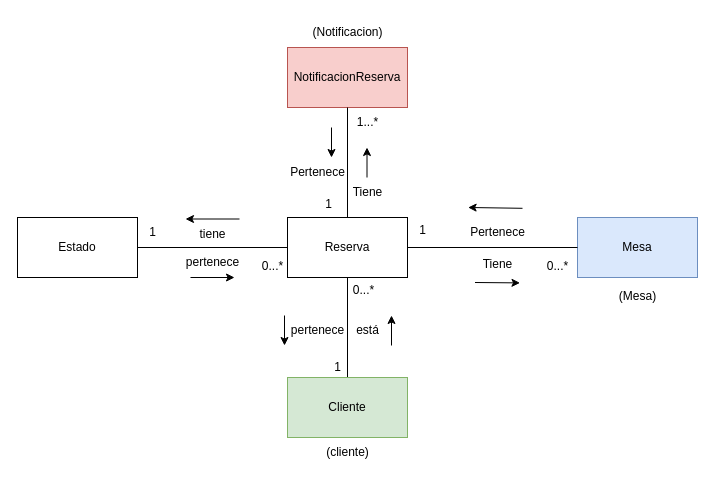
The draw.io diagram page "Reservas" (3 of 12) of Restaurante_Disenio.drawio in andrescardo98/doo, before the edit. Source tidied: cells renumbered, new cells numbered last; positions are measured from the earlier drawing's top-left corner, leaving out a move shared by most shapes. Both pictures are drawn from the tidied source at 100%, with x=0, y=0 at pixel (17, 17).
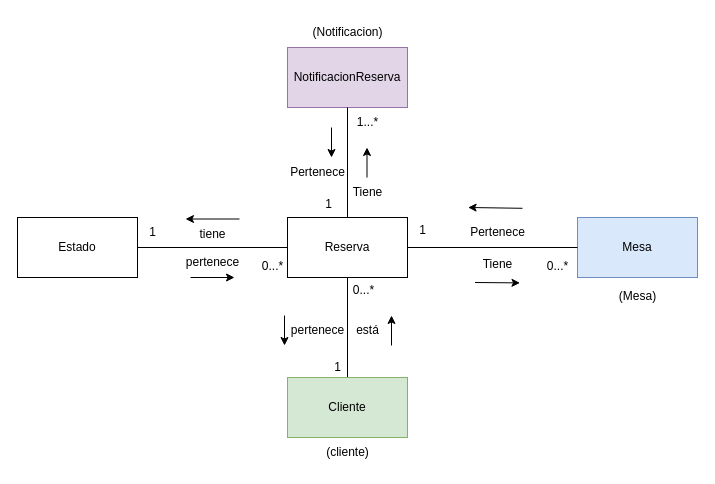
Above is the later version.

The edit, as a diff of the source:
```diff
@@
-    <mxCell id="5" value="NotificacionReserva" style="rounded=0;whiteSpace=wrap;html=1;fillColor=#f8cecc;strokeColor=#b85450;" parent="1" vertex="1">
+    <mxCell id="5" value="NotificacionReserva" style="rounded=0;whiteSpace=wrap;html=1;fillColor=#e1d5e7;strokeColor=#9673a6;" parent="1" vertex="1">
       <mxGeometry x="270" y="30" width="120" height="60" as="geometry" />
     </mxCell>
```
